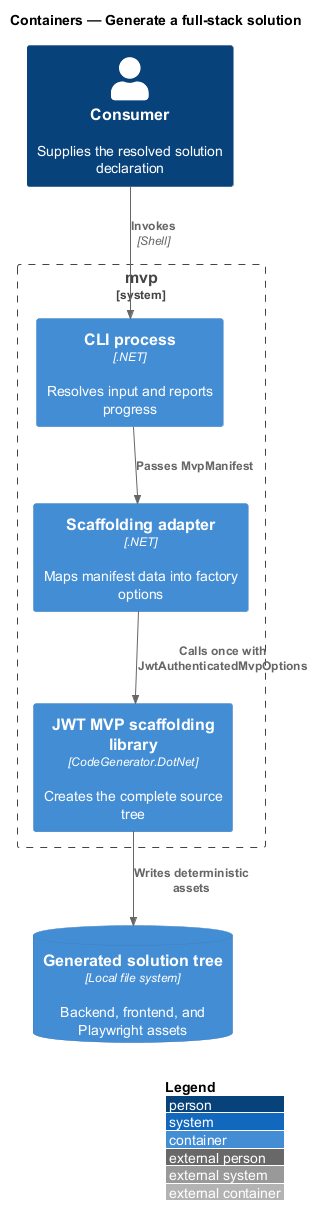
This is docs/detailed-designs/scaffolding/generate-a-full-stack-solution/diagrams/c4-container.png from QuinntyneBrown/mvp, a PlantUML export, as it was before one commit.
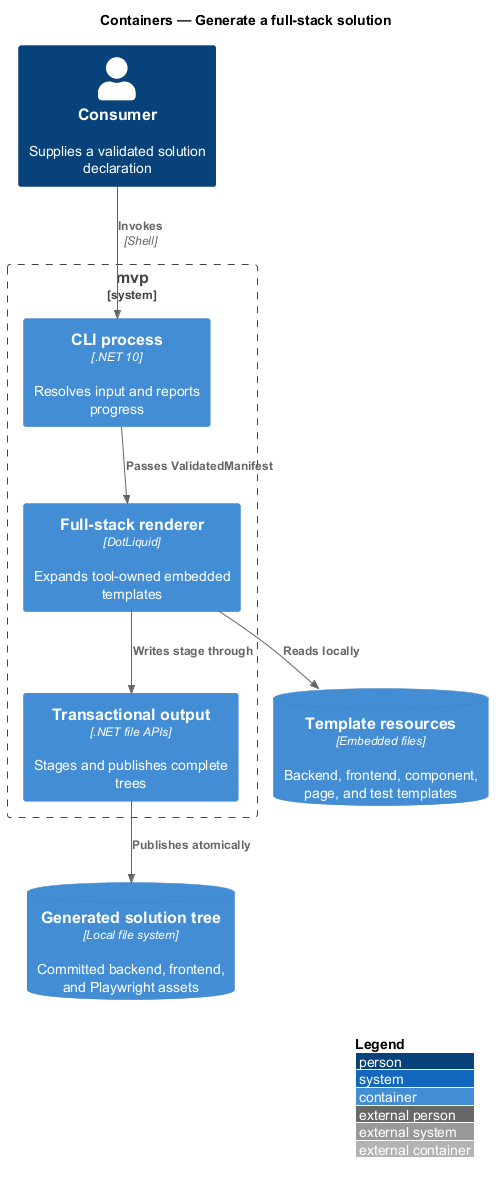
Above is the later version.

What changed in the source:
```diff
@@ -3,16 +3,18 @@
 LAYOUT_WITH_LEGEND()
 title Containers — Generate a full-stack solution
 
-Person(consumer, "Consumer", "Supplies the resolved solution declaration")
+Person(consumer, "Consumer", "Supplies a validated solution declaration")
 System_Boundary(mvp, "mvp") {
-  Container(cli, "CLI process", ".NET", "Resolves input and reports progress")
-  Container(adapter, "Scaffolding adapter", ".NET", "Maps manifest data into factory options")
-  Container(factory, "JWT MVP scaffolding library", "CodeGenerator.DotNet", "Creates the complete source tree")
+  Container(cli, "CLI process", ".NET 10", "Resolves input and reports progress")
+  Container(renderer, "Full-stack renderer", "DotLiquid", "Expands tool-owned embedded templates")
+  Container(output, "Transactional output", ".NET file APIs", "Stages and publishes complete trees")
 }
-ContainerDb(files, "Generated solution tree", "Local file system", "Backend, frontend, and Playwright assets")
+ContainerDb(templates, "Template resources", "Embedded files", "Backend, frontend, component, page, and test templates")
+ContainerDb(files, "Generated solution tree", "Local file system", "Committed backend, frontend, and Playwright assets")
 
 Rel(consumer, cli, "Invokes", "Shell")
-Rel(cli, adapter, "Passes MvpManifest")
-Rel(adapter, factory, "Calls once with JwtAuthenticatedMvpOptions")
-Rel(factory, files, "Writes deterministic assets")
+Rel(cli, renderer, "Passes ValidatedManifest")
+Rel(renderer, templates, "Reads locally")
+Rel(renderer, output, "Writes stage through")
+Rel(output, files, "Publishes atomically")
 @enduml
```
